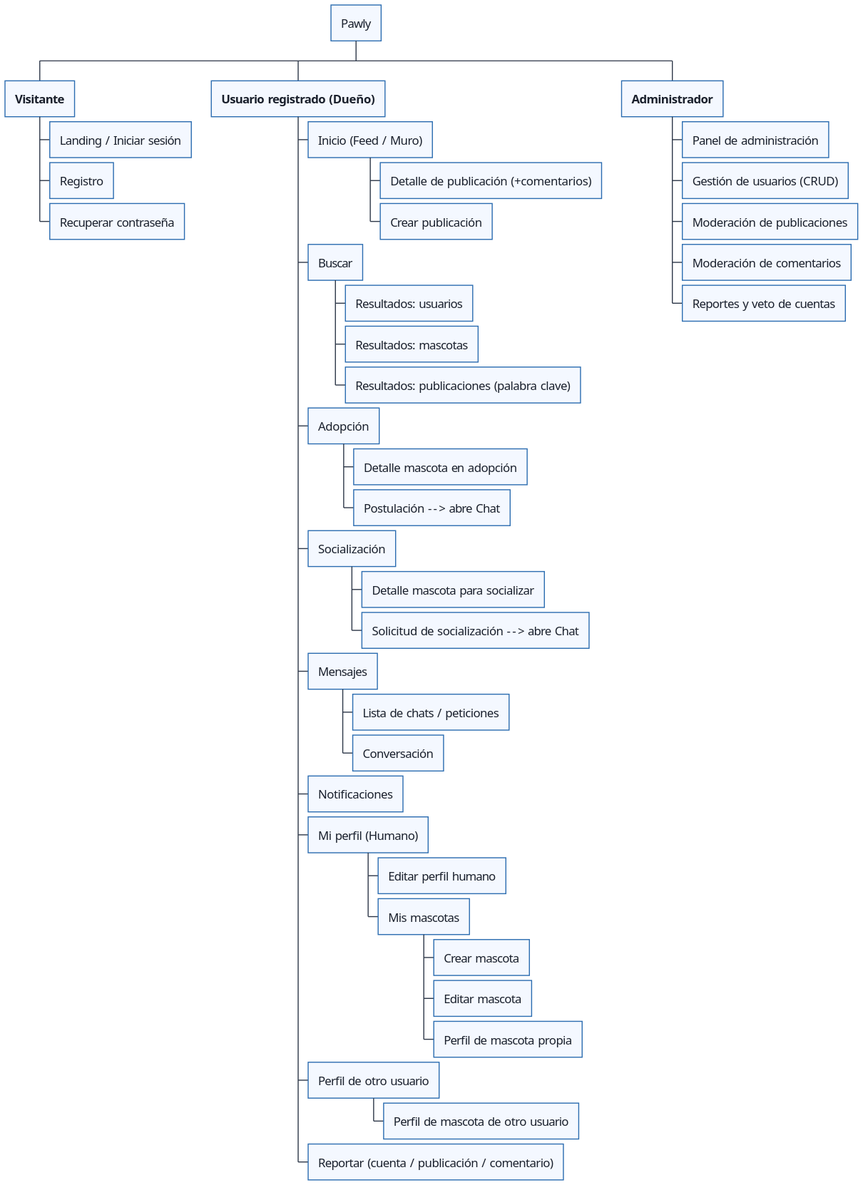
Before: mapa_navegacion.svg, a diagram exported from PlantUML (darvinh12/pawly-navegacion-wireframes).
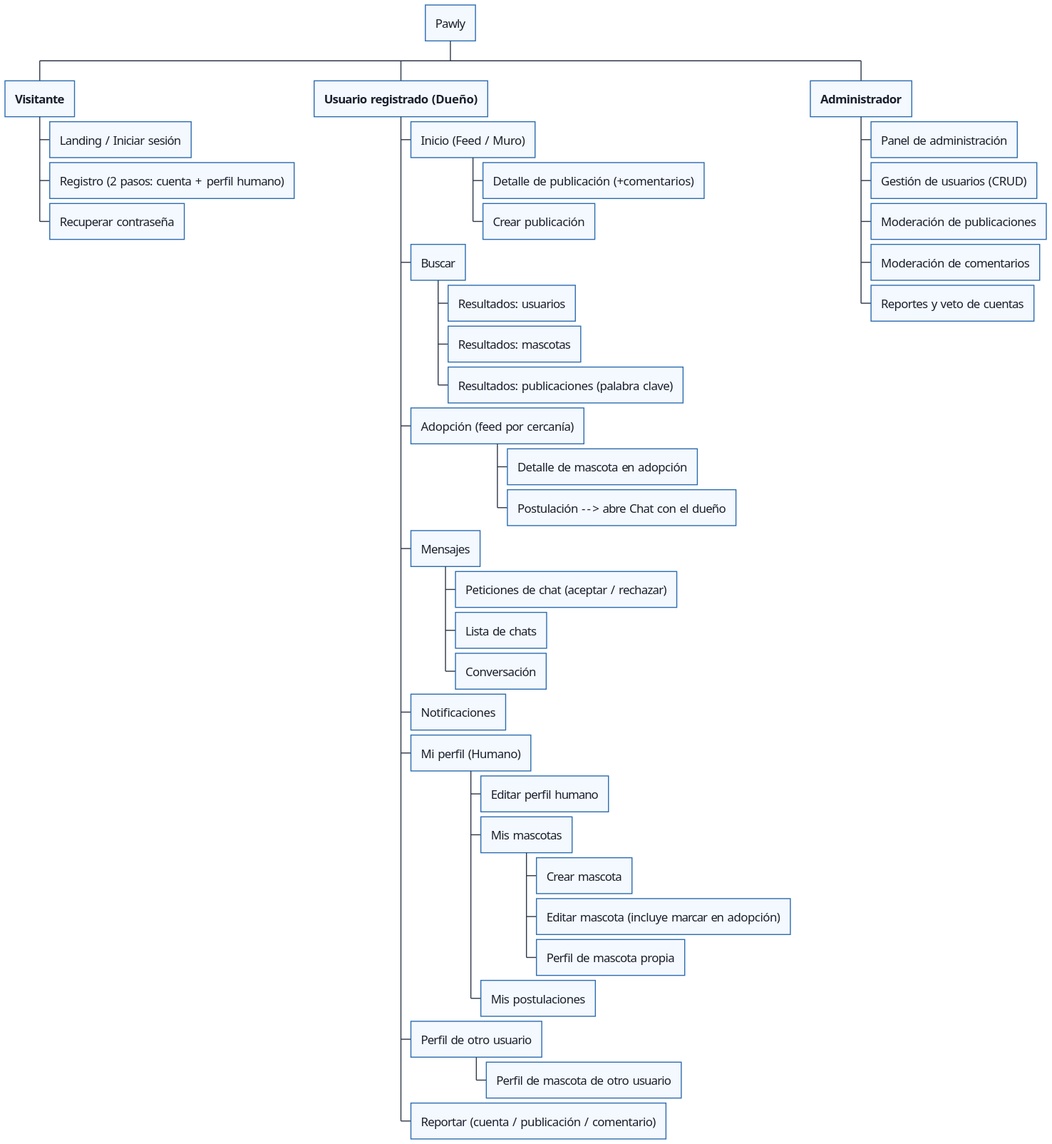
Later version of the same file.

The edit, as a diff of the source:
```diff
@@ -14,7 +14,7 @@
 
 ** <b>Visitante</b>
 *** Landing / Iniciar sesión
-*** Registro
+*** Registro (2 pasos: cuenta + perfil humano)
 *** Recuperar contraseña
 
 ** <b>Usuario registrado (Dueño)</b>
@@ -25,22 +25,21 @@
 **** Resultados: usuarios
 **** Resultados: mascotas
 **** Resultados: publicaciones (palabra clave)
-*** Adopción
-**** Detalle mascota en adopción
-**** Postulación --> abre Chat
-*** Socialización
-**** Detalle mascota para socializar
-**** Solicitud de socialización --> abre Chat
+*** Adopción (feed por cercanía)
+**** Detalle de mascota en adopción
+**** Postulación --> abre Chat con el dueño
 *** Mensajes
-**** Lista de chats / peticiones
+**** Peticiones de chat (aceptar / rechazar)
+**** Lista de chats
 **** Conversación
 *** Notificaciones
 *** Mi perfil (Humano)
 **** Editar perfil humano
 **** Mis mascotas
 ***** Crear mascota
-***** Editar mascota
+***** Editar mascota (incluye marcar en adopción)
 ***** Perfil de mascota propia
+**** Mis postulaciones
 *** Perfil de otro usuario
 **** Perfil de mascota de otro usuario
 *** Reportar (cuenta / publicación / comentario)
```
